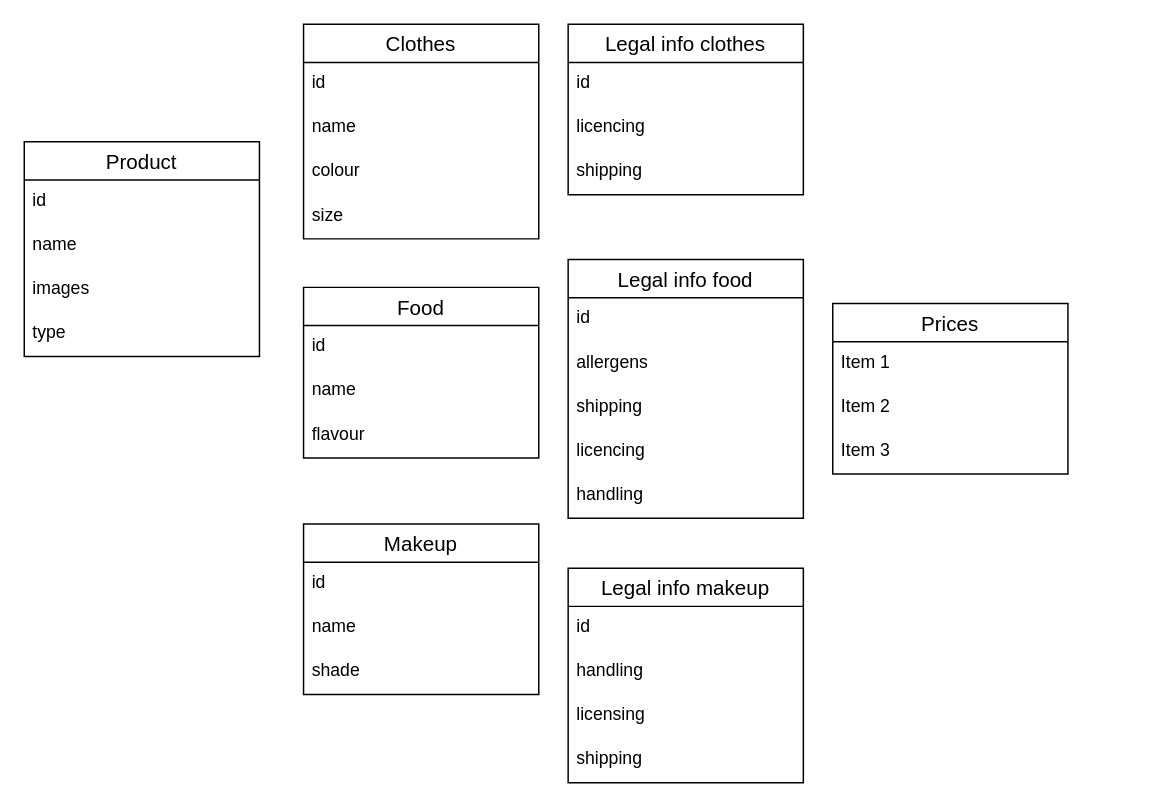
Earlier version of the draw.io diagram THGproducts.drawio (CcCcCcCc44/git-demo). Source tidied: cells renumbered, new cells numbered last; positions are measured from the earlier drawing's top-left corner, leaving out a move shared by most shapes. Both pictures are drawn from the tidied source at 147%, with x=0, y=0 at pixel (24, 24).
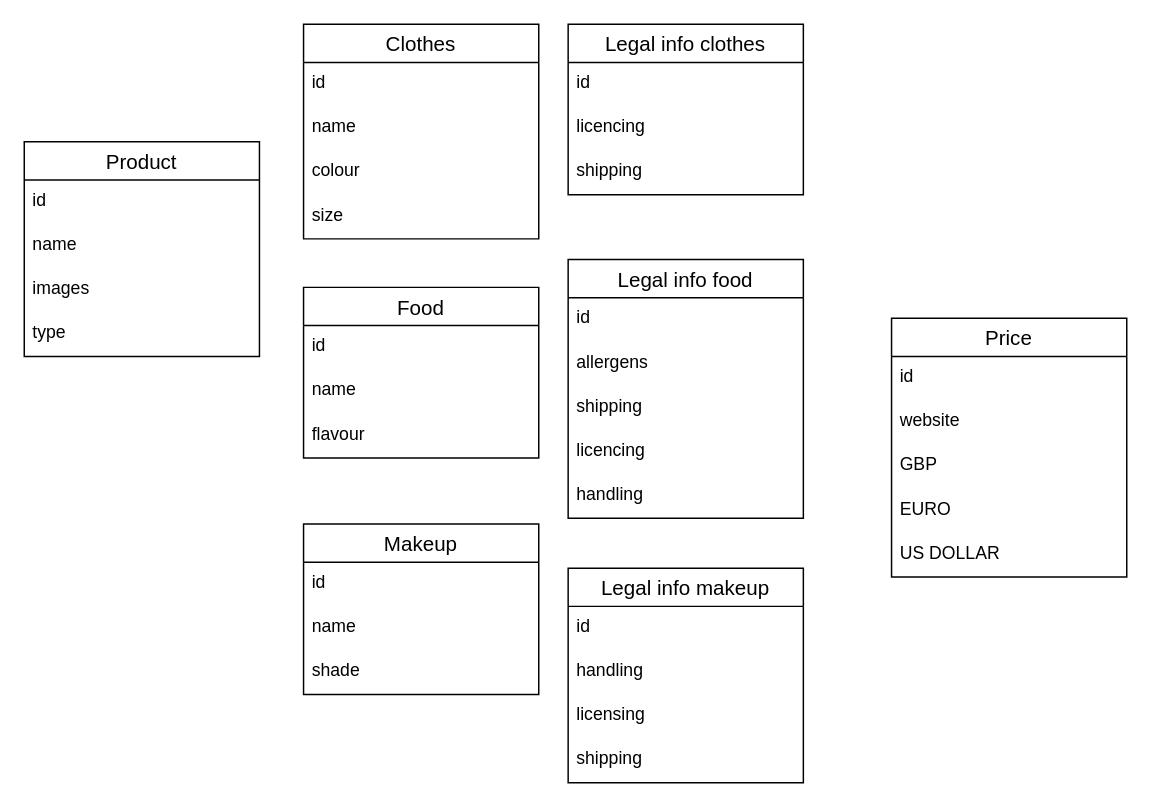
The same diagram, later.

Diff of the diagram source:
```diff
@@
-    <mxCell id="26" value="Prices" style="swimlane;fontStyle=0;horizontal=1;startSize=26;align=center;fontSize=14;" parent="1" vertex="1">
-      <mxGeometry x="550" y="190" width="160" height="116" as="geometry" />
-    </mxCell>
-    <mxCell id="27" value="Item 1" style="text;strokeColor=none;fillColor=none;spacingLeft=4;spacingRight=4;overflow=hidden;fontSize=12;" parent="26" vertex="1">
-      <mxGeometry y="26" width="160" height="30" as="geometry" />
-    </mxCell>
-    <mxCell id="28" value="Item 2" style="text;strokeColor=none;fillColor=none;spacingLeft=4;spacingRight=4;overflow=hidden;fontSize=12;" parent="26" vertex="1">
-      <mxGeometry y="56" width="160" height="30" as="geometry" />
-    </mxCell>
-    <mxCell id="29" value="Item 3" style="text;strokeColor=none;fillColor=none;spacingLeft=4;spacingRight=4;overflow=hidden;fontSize=12;" parent="26" vertex="1">
-      <mxGeometry y="86" width="160" height="30" as="geometry" />
-    </mxCell>
@@
+    <mxCell id="39" value="Price" style="swimlane;fontStyle=0;horizontal=1;startSize=26;align=center;fontSize=14;" parent="1" vertex="1">
+      <mxGeometry x="590" y="200" width="160" height="176" as="geometry" />
+    </mxCell>
+    <mxCell id="40" value="id" style="text;strokeColor=none;fillColor=none;spacingLeft=4;spacingRight=4;overflow=hidden;fontSize=12;" parent="39" vertex="1">
+      <mxGeometry y="26" width="160" height="30" as="geometry" />
+    </mxCell>
+    <mxCell id="41" value="website" style="text;strokeColor=none;fillColor=none;spacingLeft=4;spacingRight=4;overflow=hidden;fontSize=12;" parent="39" vertex="1">
+      <mxGeometry y="56" width="160" height="30" as="geometry" />
+    </mxCell>
+    <mxCell id="42" value="GBP" style="text;strokeColor=none;fillColor=none;spacingLeft=4;spacingRight=4;overflow=hidden;fontSize=12;" parent="39" vertex="1">
+      <mxGeometry y="86" width="160" height="30" as="geometry" />
+    </mxCell>
+    <mxCell id="43" value="EURO" style="text;strokeColor=none;fillColor=none;spacingLeft=4;spacingRight=4;overflow=hidden;fontSize=12;" parent="39" vertex="1">
+      <mxGeometry y="116" width="160" height="30" as="geometry" />
+    </mxCell>
+    <mxCell id="44" value="US DOLLAR" style="text;strokeColor=none;fillColor=none;spacingLeft=4;spacingRight=4;overflow=hidden;fontSize=12;" parent="39" vertex="1">
+      <mxGeometry y="146" width="160" height="30" as="geometry" />
+    </mxCell>
```
